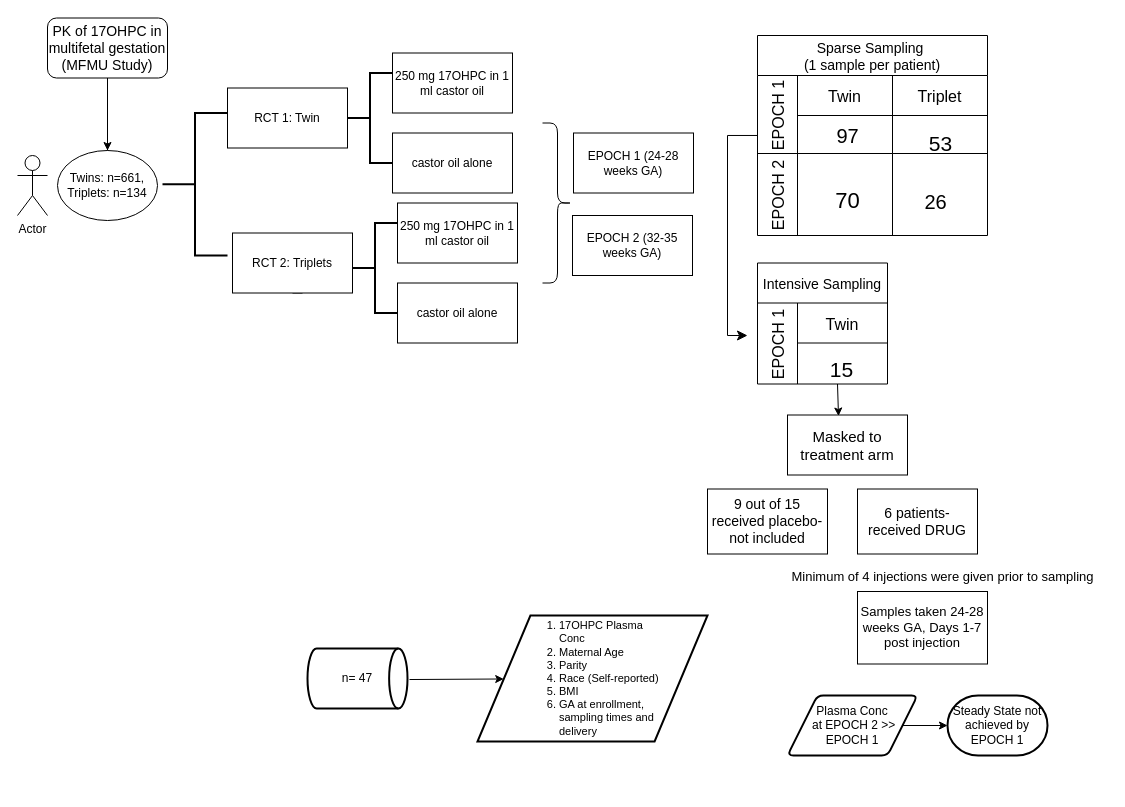
PVDodeja/17OHPC keeps this draw.io diagram as page "MultifetalGA" (2 of 4) of 17OHPC_StudyDesign.drawio. Above is the earlier version. Source tidied: cells renumbered, new cells numbered last; positions are measured from the earlier drawing's top-left corner, leaving out a move shared by most shapes. Both pictures are drawn from the tidied source at 100%, with x=0, y=0 at pixel (17, 17).
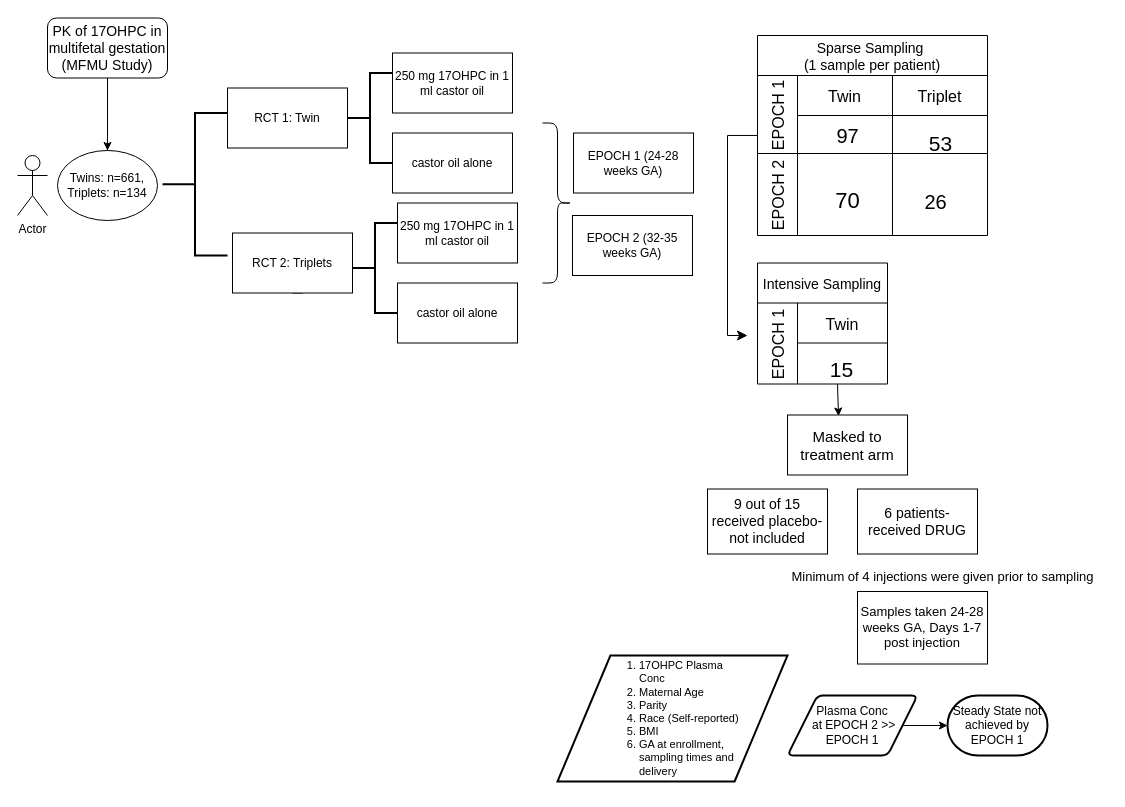
After the change.

Change to the diagram source:
```diff
@@
     <mxCell id="11" value="&lt;blockquote&gt;&lt;div align=&quot;left&quot;&gt;&lt;ol style=&quot;font-size: 11px;&quot;&gt;&lt;li&gt;17OHPC Plasma Conc&lt;br&gt;&lt;/li&gt;&lt;li&gt;&lt;font style=&quot;font-size: 11px;&quot;&gt;Maternal Age&lt;/font&gt;&lt;/li&gt;&lt;li&gt;&lt;font style=&quot;font-size: 11px;&quot;&gt;Parity&lt;/font&gt;&lt;/li&gt;&lt;li&gt;&lt;font style=&quot;font-size: 11px;&quot;&gt;Race (Self-reported)&lt;/font&gt;&lt;/li&gt;&lt;li&gt;&lt;font style=&quot;font-size: 11px;&quot;&gt;BMI&lt;/font&gt;&lt;/li&gt;&lt;li&gt;&lt;font style=&quot;font-size: 11px;&quot;&gt;GA at enrollment, sampling times and delivery&lt;/font&gt;&lt;/li&gt;&lt;/ol&gt;&lt;/div&gt;&lt;/blockquote&gt;" style="shape=parallelogram;html=1;strokeWidth=2;perimeter=parallelogramPerimeter;whiteSpace=wrap;rounded=1;arcSize=0;size=0.23;align=left;" parent="1" vertex="1">
-      <mxGeometry x="460" y="598" width="230" height="126" as="geometry" />
+      <mxGeometry x="540" y="638" width="230" height="126" as="geometry" />
     </mxCell>
-    <mxCell id="12" value="n= 47" style="strokeWidth=2;html=1;shape=mxgraph.flowchart.direct_data;whiteSpace=wrap;" parent="1" vertex="1">
-      <mxGeometry x="290" y="631" width="100" height="60" as="geometry" />
-    </mxCell>
-    <mxCell id="13" style="endArrow=classic;html=1;rounded=0;exitX=1.02;exitY=0.517;exitDx=0;exitDy=0;exitPerimeter=0;" parent="1" edge="1" source="12" target="11">
-      <mxGeometry relative="1" as="geometry" />
-    </mxCell>
```
